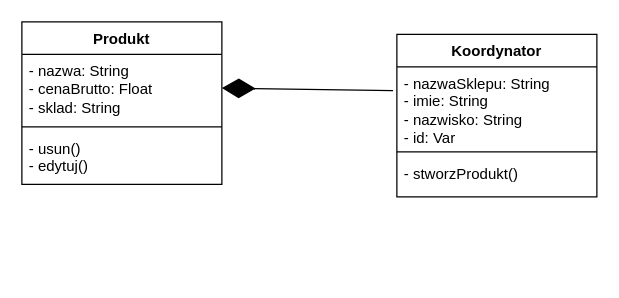
The draw.io diagram DK i DO/Diagram bez tytułu.drawio in Tarik-Alaiwi-dev/psi, before the edit. Source tidied: cells renumbered, new cells numbered last; positions are measured from the earlier drawing's top-left corner, leaving out a move shared by most shapes. Both pictures are drawn from the tidied source at 125%, with x=0, y=0 at pixel (21, 21).
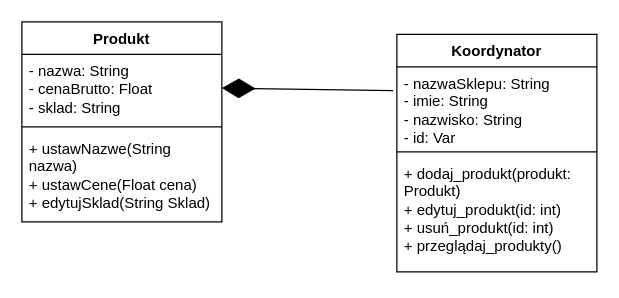
The same page after the edit.

The edit, as a diff of the source:
```diff
@@
 <mxGraphModel>
   <root>
     <mxCell id="0" />
     <mxCell id="1" parent="0" />
     <mxCell id="2" value="Produkt" style="swimlane;fontStyle=1;align=center;verticalAlign=top;horizontal=1;startSize=26;whiteSpace=wrap;html=1;" parent="1" vertex="1">
-      <mxGeometry width="160" height="130" as="geometry" />
+      <mxGeometry width="160" height="160" as="geometry" />
     </mxCell>
     <mxCell id="3" value="- nazwa: String&lt;div&gt;- cenaBrutto: Float&lt;/div&gt;&lt;div&gt;- sklad: String&lt;/div&gt;" style="text;strokeColor=none;fillColor=none;align=left;verticalAlign=top;spacingLeft=4;spacingRight=4;overflow=hidden;points=[[0,0.5],[1,0.5]];portConstraint=eastwest;whiteSpace=wrap;html=1;" parent="2" vertex="1">
       <mxGeometry y="26" width="160" height="54" as="geometry" />
     </mxCell>
     <mxCell id="4" style="line;strokeWidth=1;fillColor=none;align=left;verticalAlign=middle;spacingTop=-1;spacingLeft=3;spacingRight=3;labelPosition=right;strokeColor=inherit;" parent="2" vertex="1">
       <mxGeometry y="80" width="160" height="8" as="geometry" />
     </mxCell>
-    <mxCell id="5" value="- usun()&lt;div&gt;- edytuj()&lt;/div&gt;&lt;div&gt;&lt;br&gt;&lt;/div&gt;" style="text;strokeColor=none;fillColor=none;align=left;verticalAlign=top;spacingLeft=4;spacingRight=4;overflow=hidden;whiteSpace=wrap;html=1;" parent="2" vertex="1">
-      <mxGeometry y="88" width="160" height="42" as="geometry" />
+    <mxCell id="5" value="&lt;div&gt;+ ustawNazwe(String nazwa)&lt;/div&gt;&lt;div&gt;+ ustawCene(Float cena)&lt;/div&gt;&lt;div&gt;+ edytujSklad(String Sklad)&amp;nbsp;&lt;/div&gt;" style="text;strokeColor=none;fillColor=none;align=left;verticalAlign=top;spacingLeft=4;spacingRight=4;overflow=hidden;whiteSpace=wrap;html=1;" parent="2" vertex="1">
+      <mxGeometry y="88" width="160" height="72" as="geometry" />
     </mxCell>
     <mxCell id="6" value="Koordynator" style="swimlane;fontStyle=1;align=center;verticalAlign=top;horizontal=1;startSize=26;whiteSpace=wrap;html=1;" parent="1" vertex="1">
-      <mxGeometry x="300" y="10" width="160" height="130" as="geometry" />
+      <mxGeometry x="300" y="10" width="160" height="190" as="geometry" />
     </mxCell>
     <mxCell id="7" value="- nazwaSklepu: String&lt;div&gt;- imie: String&lt;/div&gt;&lt;div&gt;- nazwisko: String&lt;/div&gt;&lt;div&gt;&lt;span style=&quot;background-color: initial;&quot;&gt;- id: Var&lt;/span&gt;&lt;br&gt;&lt;/div&gt;" style="text;strokeColor=none;fillColor=none;align=left;verticalAlign=top;spacingLeft=4;spacingRight=4;overflow=hidden;points=[[0,0.5],[1,0.5]];portConstraint=eastwest;whiteSpace=wrap;html=1;" parent="6" vertex="1">
       <mxGeometry y="26" width="160" height="64" as="geometry" />
     </mxCell>
     <mxCell id="8" style="line;strokeWidth=1;fillColor=none;align=left;verticalAlign=middle;spacingTop=-1;spacingLeft=3;spacingRight=3;labelPosition=right;strokeColor=inherit;" parent="6" vertex="1">
       <mxGeometry y="90" width="160" height="8" as="geometry" />
     </mxCell>
-    <mxCell id="9" value="&lt;div&gt;- stworzProdukt()&lt;/div&gt;" style="text;strokeColor=none;fillColor=none;align=left;verticalAlign=top;spacingLeft=4;spacingRight=4;overflow=hidden;whiteSpace=wrap;html=1;" parent="6" vertex="1">
-      <mxGeometry y="98" width="160" height="32" as="geometry" />
+    <mxCell id="9" value="&lt;div&gt;+ dodaj_produkt(produkt: Produkt)&lt;/div&gt;&lt;div&gt;+ edytuj_produkt(id: int)&lt;/div&gt;&lt;div&gt;+ usuń_produkt(id: int)&lt;/div&gt;&lt;div&gt;+ przeglądaj_produkty()&lt;/div&gt;" style="text;strokeColor=none;fillColor=none;align=left;verticalAlign=top;spacingLeft=4;spacingRight=4;overflow=hidden;whiteSpace=wrap;html=1;" parent="6" vertex="1">
+      <mxGeometry y="98" width="160" height="92" as="geometry" />
     </mxCell>
     <mxCell id="10" style="endArrow=diamondThin;endFill=1;endSize=24;html=1;rounded=0;exitX=-0.019;exitY=0.297;exitDx=0;exitDy=0;exitPerimeter=0;entryX=1;entryY=0.5;entryDx=0;entryDy=0;" parent="1" edge="1" source="7" target="3">
       <mxGeometry relative="1" as="geometry" />
     </mxCell>
   </root>
 </mxGraphModel>
```
